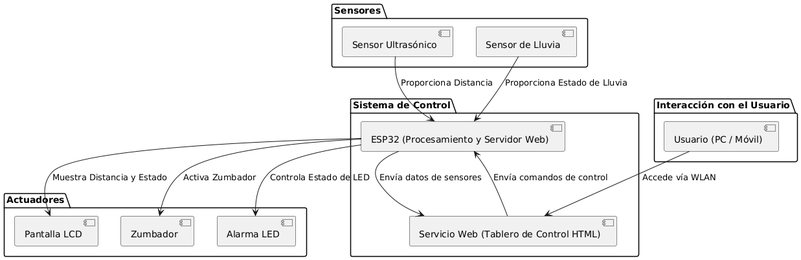
Earlier version of the PlantUML export BlockDiagrams/SoftwareBlockDiagram.png (juanpa-corral/challenge3IoT).
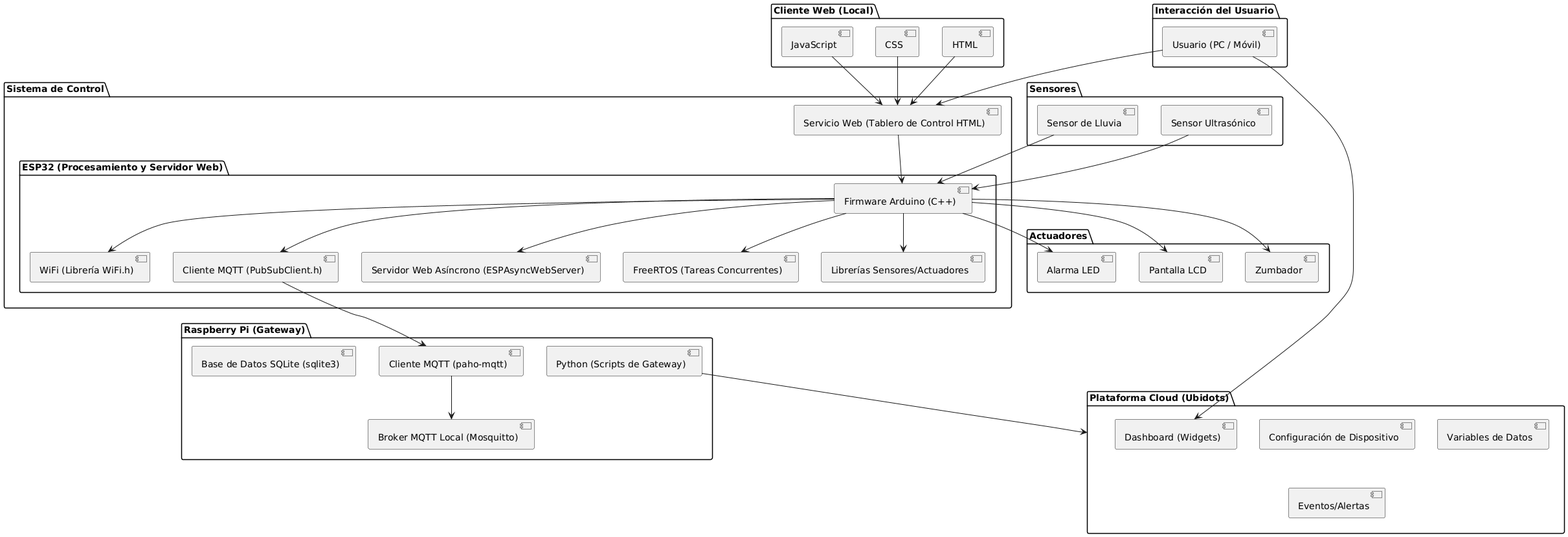
After the commit.

Commit message:
Update image block diagram Software

What changed in the source:
```diff
@@ -1,31 +1,76 @@
 @startuml
+top to bottom direction
+
+package "Interacción del Usuario" {
+  [Usuario (PC / Móvil)]
+}
+
+package "Cliente Web (Local)" {
+  [HTML]
+  [CSS]
+  [JavaScript]
+}
+
+package "Sistema de Control" {
+  [Servicio Web (Tablero de Control HTML)]
+
+  package "ESP32 (Procesamiento y Servidor Web)" {
+    [Firmware Arduino (C++)]
+    [WiFi (Librería WiFi.h)]
+    [Cliente MQTT (PubSubClient.h)]
+    [Servidor Web Asíncrono (ESPAsyncWebServer)]
+    [FreeRTOS (Tareas Concurrentes)]
+    [Librerías Sensores/Actuadores]
+  }
+}
+
+package "Raspberry Pi (Gateway)" {
+  [Python (Scripts de Gateway)]
+  [Cliente MQTT (paho-mqtt)]
+  [Base de Datos SQLite (sqlite3)]
+  [Broker MQTT Local (Mosquitto)]
+}
+
+package "Plataforma Cloud (Ubidots)" {
+  [Configuración de Dispositivo]
+  [Variables de Datos]
+  [Dashboard (Widgets)]
+  [Eventos/Alertas]
+}
+
 package "Sensores" {
   [Sensor Ultrasónico]
   [Sensor de Lluvia]
 }
 
-package "Sistema de Control" {
-  [ESP32 (Procesamiento y Servidor Web)]
-  [Servicio Web (Tablero de Control HTML)]
-}
-
 package "Actuadores" {
+  [Zumbador]
   [Pantalla LCD]
-  [Zumbador]
   [Alarma LED]
 }
 
-package "Interacción con el Usuario" {
-  [Usuario (PC / Móvil)]
-}
+[Usuario (PC / Móvil)] --> [Servicio Web (Tablero de Control HTML)]
+[Usuario (PC / Móvil)] --> [Dashboard (Widgets)]
 
-[Sensor Ultrasónico] --> [ESP32 (Procesamiento y Servidor Web)] : "Proporciona Distancia"
-[Sensor de Lluvia] --> [ESP32 (Procesamiento y Servidor Web)] : "Proporciona Estado de Lluvia"
-[ESP32 (Procesamiento y Servidor Web)] --> [Pantalla LCD] : "Muestra Distancia y Estado"
-[ESP32 (Procesamiento y Servidor Web)] --> [Alarma LED] : "Controla Estado de LED"
-[ESP32 (Procesamiento y Servidor Web)] --> [Zumbador] : "Activa Zumbador"
+[HTML] --> [Servicio Web (Tablero de Control HTML)]
+[CSS] --> [Servicio Web (Tablero de Control HTML)]
+[JavaScript] --> [Servicio Web (Tablero de Control HTML)]
 
-[Usuario (PC / Móvil)] --> [Servicio Web (Tablero de Control HTML)] : "Accede vía WLAN"
-[Servicio Web (Tablero de Control HTML)] --> [ESP32 (Procesamiento y Servidor Web)] : "Envía comandos de control"
-[ESP32 (Procesamiento y Servidor Web)] --> [Servicio Web (Tablero de Control HTML)] : "Envía datos de sensores"
+[Servicio Web (Tablero de Control HTML)] --> [Firmware Arduino (C++)]
+[Firmware Arduino (C++)] --> [WiFi (Librería WiFi.h)]
+[Firmware Arduino (C++)] --> [Cliente MQTT (PubSubClient.h)]
+[Firmware Arduino (C++)] --> [Servidor Web Asíncrono (ESPAsyncWebServer)]
+[Firmware Arduino (C++)] --> [FreeRTOS (Tareas Concurrentes)]
+[Firmware Arduino (C++)] --> [Librerías Sensores/Actuadores]
+
+[Cliente MQTT (PubSubClient.h)] --> [Cliente MQTT (paho-mqtt)]
+[Cliente MQTT (paho-mqtt)] --> [Broker MQTT Local (Mosquitto)]
+
+[Python (Scripts de Gateway)] --> [Plataforma Cloud (Ubidots)]
+
+[Sensor Ultrasónico] --> [Firmware Arduino (C++)]
+[Sensor de Lluvia] --> [Firmware Arduino (C++)]
+[Firmware Arduino (C++)] --> [Zumbador]
+[Firmware Arduino (C++)] --> [Pantalla LCD]
+[Firmware Arduino (C++)] --> [Alarma LED]
 @enduml
```
